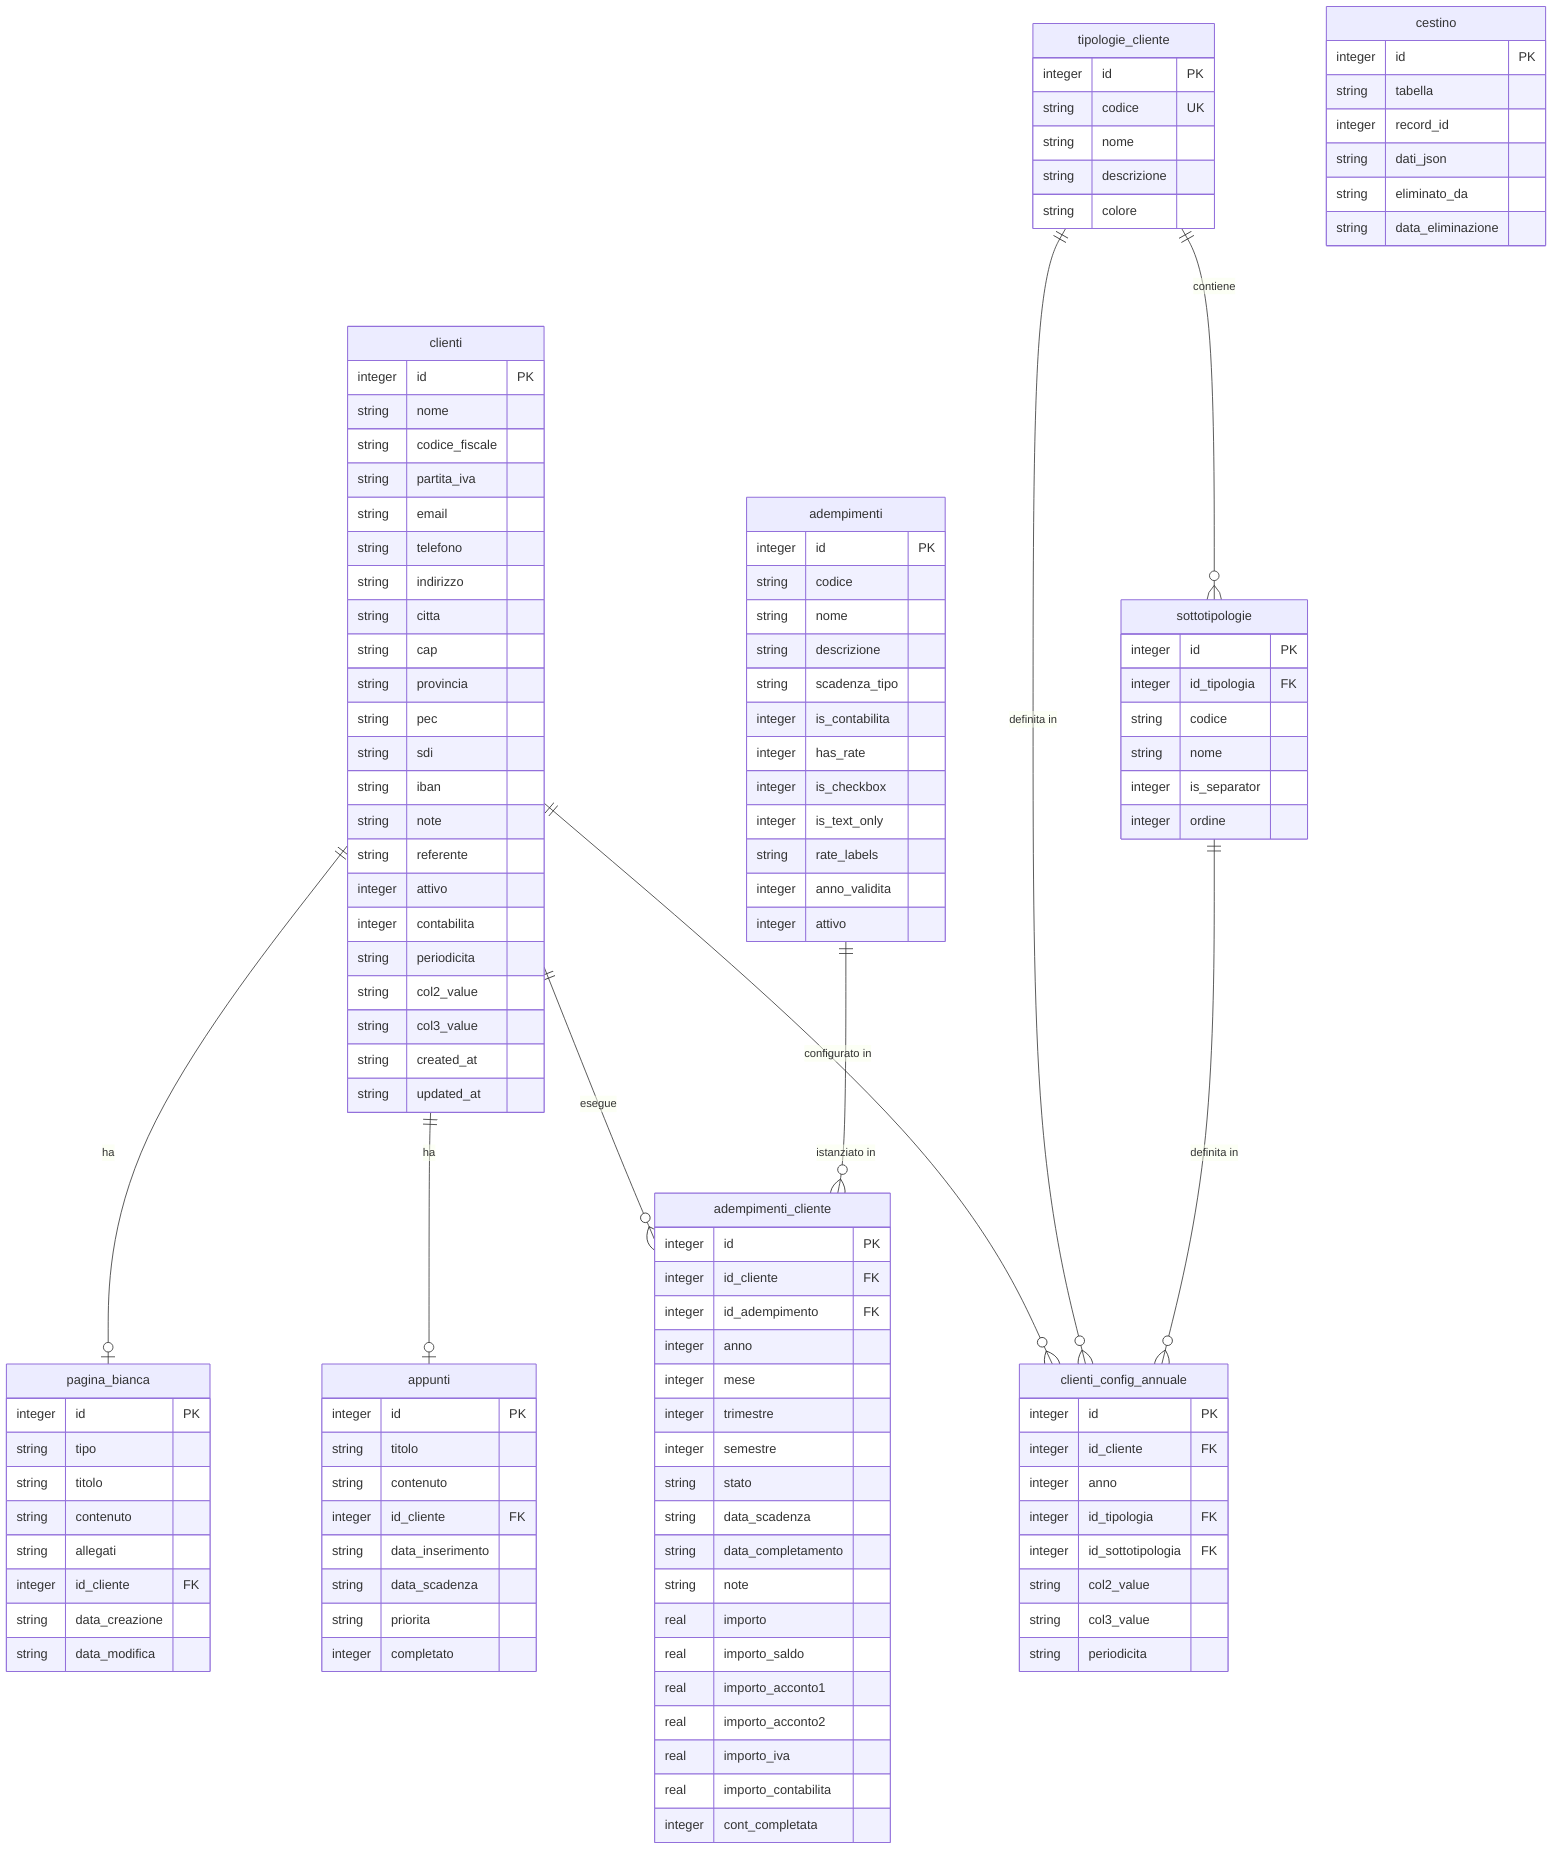
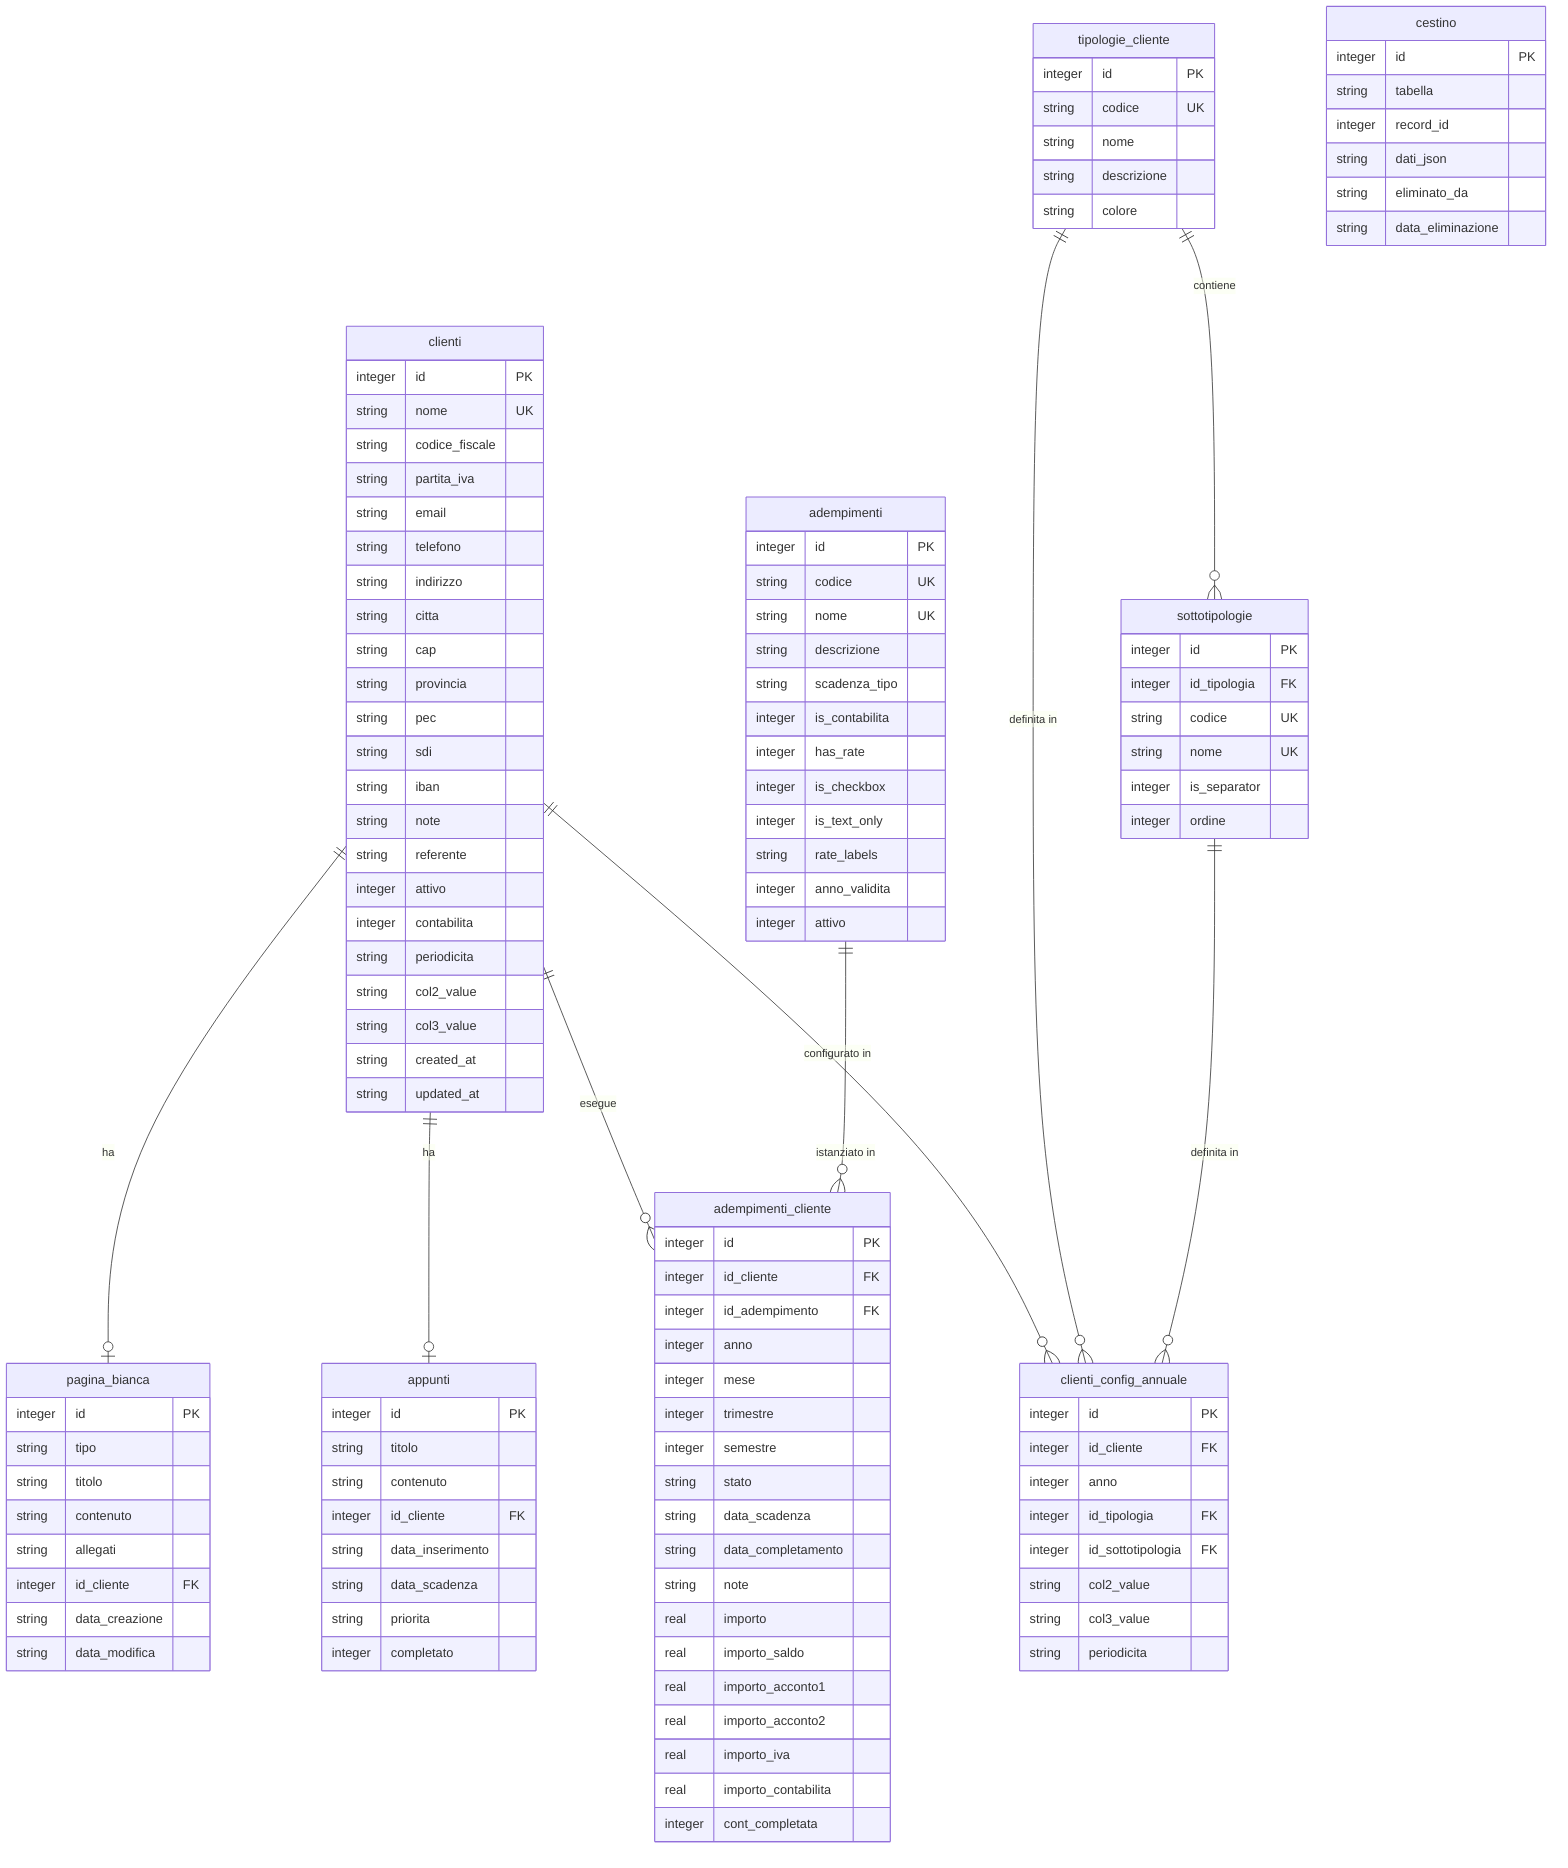
erDiagram
    clienti {
        integer id PK
-         string nome
+         string nome UK
        string codice_fiscale
        string partita_iva
        string email
        string telefono
        string indirizzo
        string citta
        string cap
        string provincia
        string pec
        string sdi
        string iban
        string note
        string referente
        integer attivo
        integer contabilita
        string periodicita
        string col2_value
        string col3_value
        string created_at
        string updated_at
    }

    tipologie_cliente {
        integer id PK
        string codice UK
        string nome
        string descrizione
        string colore
    }

    sottotipologie {
        integer id PK
        integer id_tipologia FK
-         string codice
-         string nome
+         string codice UK
+         string nome UK
        integer is_separator
        integer ordine
    }

    clienti_config_annuale {
        integer id PK
        integer id_cliente FK
        integer anno
        integer id_tipologia FK
        integer id_sottotipologia FK
        string col2_value
        string col3_value
        string periodicita
    }

    adempimenti {
        integer id PK
-         string codice
-         string nome
+         string codice UK
+         string nome UK
        string descrizione
        string scadenza_tipo
        integer is_contabilita
        integer has_rate
        integer is_checkbox
        integer is_text_only
        string rate_labels
        integer anno_validita
        integer attivo
    }

    adempimenti_cliente {
        integer id PK
        integer id_cliente FK
        integer id_adempimento FK
        integer anno
        integer mese
        integer trimestre
        integer semestre
        string stato
        string data_scadenza
        string data_completamento
        string note
        real importo
        real importo_saldo
        real importo_acconto1
        real importo_acconto2
        real importo_iva
        real importo_contabilita
        integer cont_completata
    }

    appunti {
        integer id PK
        string titolo
        string contenuto
        integer id_cliente FK
        string data_inserimento
        string data_scadenza
        string priorita
        integer completato
    }

    pagina_bianca {
        integer id PK
        string tipo
        string titolo
        string contenuto
        string allegati
        integer id_cliente FK
        string data_creazione
        string data_modifica
    }

    cestino {
        integer id PK
        string tabella
        integer record_id
        string dati_json
        string eliminato_da
        string data_eliminazione
    }


    %% Relazioni
    clienti ||--o{ adempimenti_cliente : "esegue"
    clienti ||--o{ clienti_config_annuale : "configurato in"
    clienti ||--o| appunti : "ha"
    clienti ||--o| pagina_bianca : "ha"

    tipologie_cliente ||--o{ sottotipologie : "contiene"
    tipologie_cliente ||--o{ clienti_config_annuale : "definita in"

    sottotipologie ||--o{ clienti_config_annuale : "definita in"

    adempimenti ||--o{ adempimenti_cliente : "istanziato in"